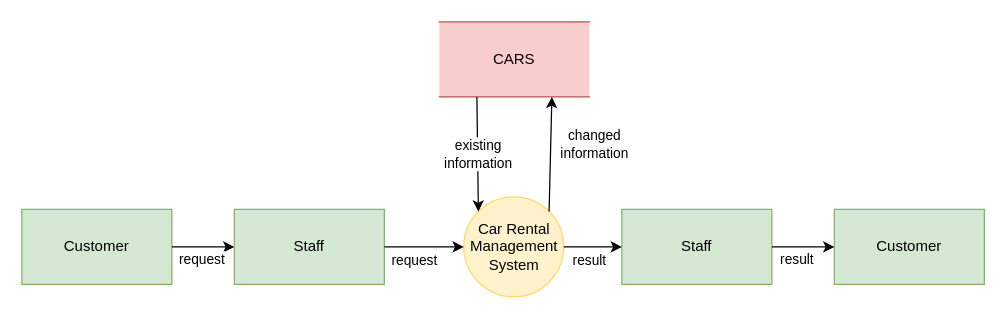
The draw.io diagram Car DFD Data Flow Diagram.drawio in tlfzgjadyd/SoftwareEngineering, before the edit. Source tidied: cells renumbered, new cells numbered last; positions are measured from the earlier drawing's top-left corner, leaving out a move shared by most shapes. Both pictures are drawn from the tidied source at 125%, with x=0, y=0 at pixel (21, 21).
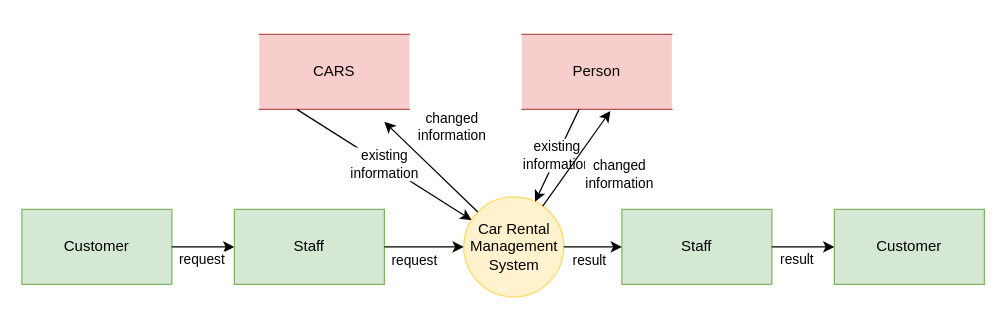
The same diagram, later.

The change refers to these unchanged cells:
```xml
<mxCell id="4" value="Car Rental Management System" style="ellipse;whiteSpace=wrap;html=1;fillColor=#fff2cc;strokeColor=#FFD966;" parent="1" vertex="1">
  <mxGeometry x="353.5" y="140" width="80" height="80" as="geometry" />
</mxCell>
```

Change to the diagram source:
```diff
@@
     <mxCell id="3" value="CARS" style="shape=partialRectangle;whiteSpace=wrap;html=1;left=0;right=0;fillColor=#f8cecc;strokeColor=#b85450;" parent="1" vertex="1">
-      <mxGeometry x="334" width="120" height="60" as="geometry" />
+      <mxGeometry x="190" y="10" width="120" height="60" as="geometry" />
     </mxCell>
@@
-    <mxCell id="9" value="existing &lt;br&gt;information" style="endArrow=classic;html=1;exitX=0.25;exitY=1;exitDx=0;exitDy=0;entryX=0;entryY=0;entryDx=0;entryDy=0;" parent="1" edge="1" source="3" target="4">
+    <mxCell id="9" value="existing &lt;br&gt;information" style="endArrow=classic;html=1;exitX=0.25;exitY=1;exitDx=0;exitDy=0;" parent="1" edge="1" source="3" target="4">
       <mxGeometry relative="1" as="geometry" />
     </mxCell>
-    <mxCell id="10" value="changed&lt;br&gt;information" style="endArrow=classic;html=1;exitX=1;exitY=0;exitDx=0;exitDy=0;" parent="1" edge="1" source="4">
+    <mxCell id="10" value="changed&lt;br&gt;information" style="endArrow=classic;html=1;" parent="1" edge="1" source="4">
       <mxGeometry x="0.19" y="-35" relative="1" as="geometry">
-        <mxPoint x="424" y="60" as="targetPoint" />
+        <mxPoint x="290" y="80" as="targetPoint" />
       </mxGeometry>
     </mxCell>
@@
+    <mxCell id="16" value="Person" style="shape=partialRectangle;whiteSpace=wrap;html=1;left=0;right=0;fillColor=#f8cecc;strokeColor=#b85450;" parent="1" vertex="1">
+      <mxGeometry x="400" y="10" width="120" height="60" as="geometry" />
+    </mxCell>
+    <mxCell id="17" value="existing &lt;br&gt;information" style="endArrow=classic;html=1;" parent="1" edge="1" source="16" target="4">
+      <mxGeometry relative="1" as="geometry" />
+    </mxCell>
+    <mxCell id="18" value="changed&lt;br&gt;information" style="endArrow=classic;html=1;entryX=0.59;entryY=1.022;entryDx=0;entryDy=0;entryPerimeter=0;" parent="1" edge="1" source="4" target="16">
+      <mxGeometry x="0.19" y="-35" relative="1" as="geometry" />
+    </mxCell>
```
